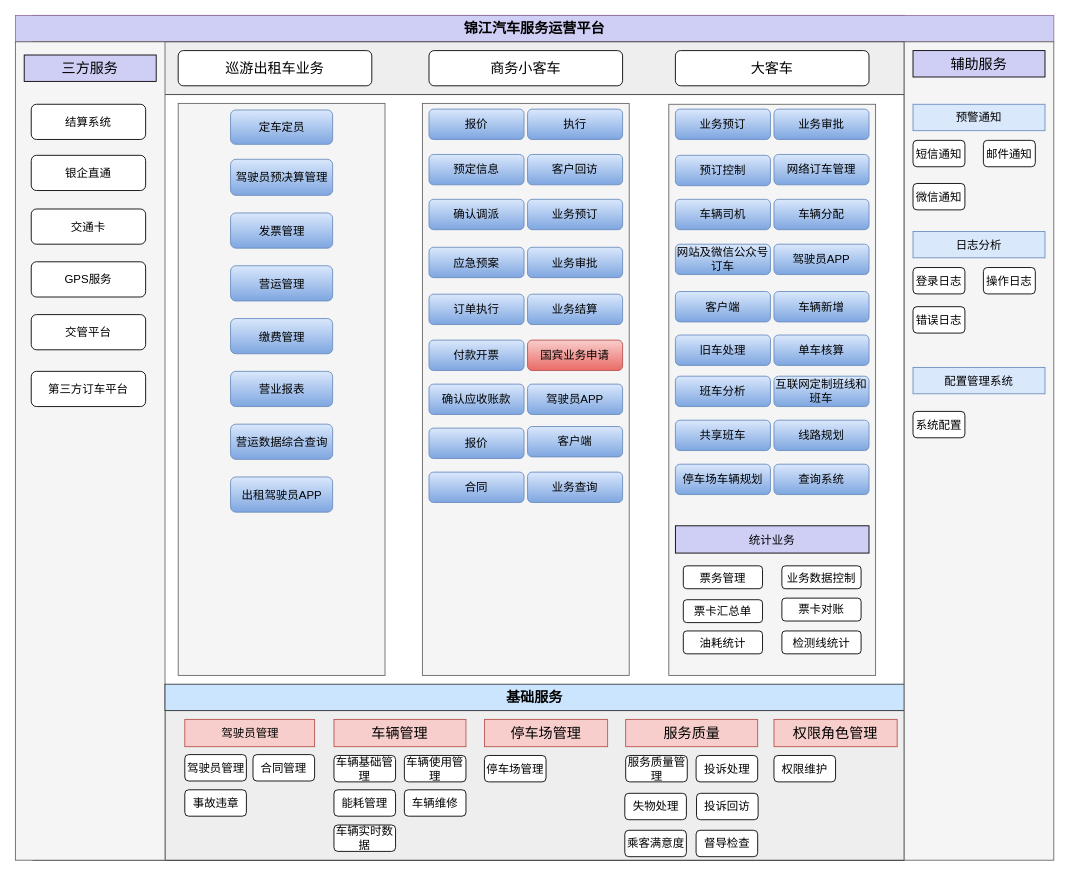
Above: 汽车公司业务流程图.drawio in ammengke/my-drawio (draw.io), before the change. Source tidied: cells renumbered, new cells numbered last; positions are measured from the earlier drawing's top-left corner, leaving out a move shared by most shapes. Both pictures are drawn from the tidied source at 88%, with x=0, y=0 at pixel (15, 15).
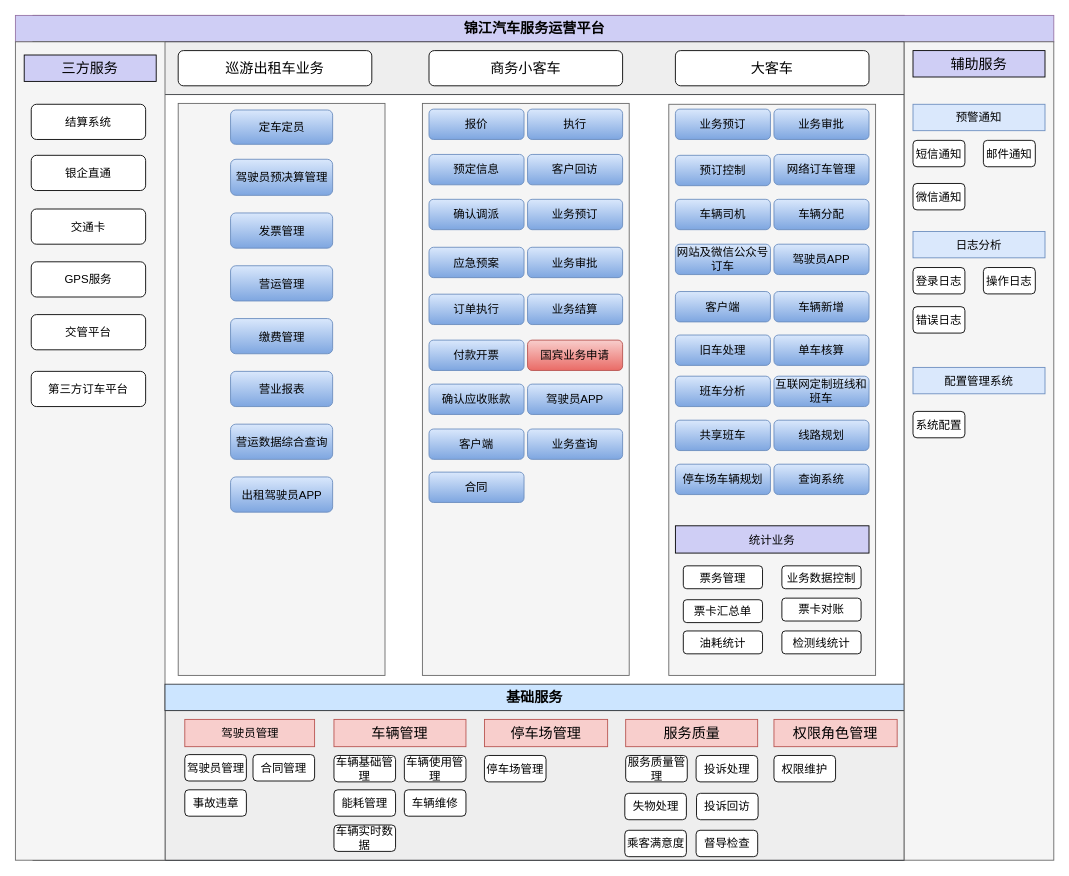
The same page after the edit.

Commit message:
Update 汽车公司业务流程图.drawio

The edit, as a diff of the source:
```diff
@@
-    <mxCell id="33" value="报价" style="rounded=1;whiteSpace=wrap;html=1;fontSize=13;fillColor=#dae8fc;strokeColor=#6c8ebf;gradientColor=#7ea6e0;" parent="1" vertex="1">
-      <mxGeometry x="470" y="469" width="108" height="34.5" as="geometry" />
-    </mxCell>
@@
     <mxCell id="43" value="业务查询　" style="rounded=1;whiteSpace=wrap;html=1;fontSize=13;fillColor=#dae8fc;strokeColor=#6c8ebf;gradientColor=#7ea6e0;" parent="1" vertex="1">
-      <mxGeometry x="582" y="519" width="108" height="34.5" as="geometry" />
+      <mxGeometry x="582" y="470" width="108" height="34.5" as="geometry" />
     </mxCell>
@@
     <mxCell id="53" value="客户端" style="rounded=1;whiteSpace=wrap;html=1;fontSize=13;fillColor=#dae8fc;strokeColor=#6c8ebf;gradientColor=#7ea6e0;" parent="1" vertex="1">
-      <mxGeometry x="582" y="467.2" width="108" height="34.5" as="geometry" />
+      <mxGeometry x="470" y="470" width="108" height="34.5" as="geometry" />
     </mxCell>
```
